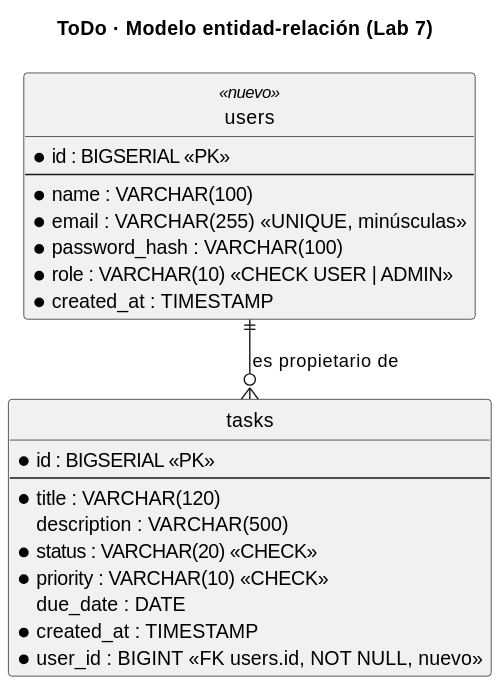
This is docs/diagrams/er_diagram.svg from Miguelim101/back-end-lab06, a PlantUML export, as it was before one commit. Its diagram source:
```plantuml
@startuml
!pragma layout smetana
hide circle
skinparam linetype ortho
title ToDo · Modelo entidad-relación (Lab 7)

entity "users" as users <<nuevo>> {
  * id : BIGSERIAL <<PK>>
  --
  * name : VARCHAR(100)
  * email : VARCHAR(255) <<UNIQUE, minúsculas>>
  * password_hash : VARCHAR(100)
  * role : VARCHAR(10) <<CHECK USER | ADMIN>>
  * created_at : TIMESTAMP
}

entity "tasks" as tasks {
  * id : BIGSERIAL <<PK>>
  --
  * title : VARCHAR(120)
  description : VARCHAR(500)
  * status : VARCHAR(20) <<CHECK>>
  * priority : VARCHAR(10) <<CHECK>>
  due_date : DATE
  * created_at : TIMESTAMP
  * user_id : BIGINT <<FK users.id, NOT NULL, nuevo>>
}

users ||--o{ tasks : "es propietario de"
@enduml
```
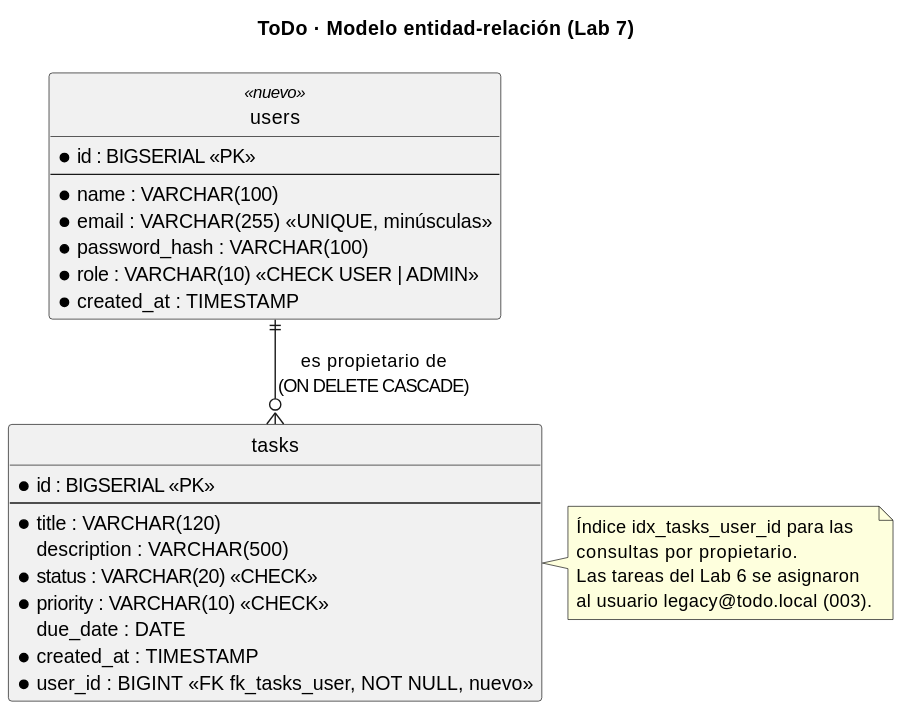
After the commit.

Diff of the diagram source:
```diff
@@ -23,8 +23,15 @@
   * priority : VARCHAR(10) <<CHECK>>
   due_date : DATE
   * created_at : TIMESTAMP
-  * user_id : BIGINT <<FK users.id, NOT NULL, nuevo>>
+  * user_id : BIGINT <<FK fk_tasks_user, NOT NULL, nuevo>>
 }
 
-users ||--o{ tasks : "es propietario de"
+users ||--o{ tasks : "es propietario de\n(ON DELETE CASCADE)"
+
+note right of tasks
+  Índice idx_tasks_user_id para las
+  consultas por propietario.
+  Las tareas del Lab 6 se asignaron
+  al usuario legacy@todo.local (003).
+end note
 @enduml
```
